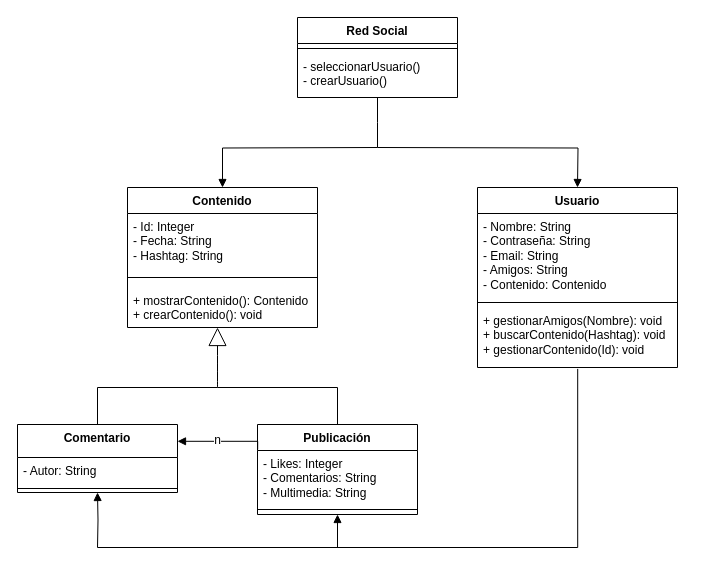
Kore29/Program-Whale keeps this draw.io diagram as diag/dc.drawio. Above is the earlier version. Source tidied: cells renumbered, new cells numbered last; positions are measured from the earlier drawing's top-left corner, leaving out a move shared by most shapes. Both pictures are drawn from the tidied source at 100%, with x=0, y=0 at pixel (17, 17).
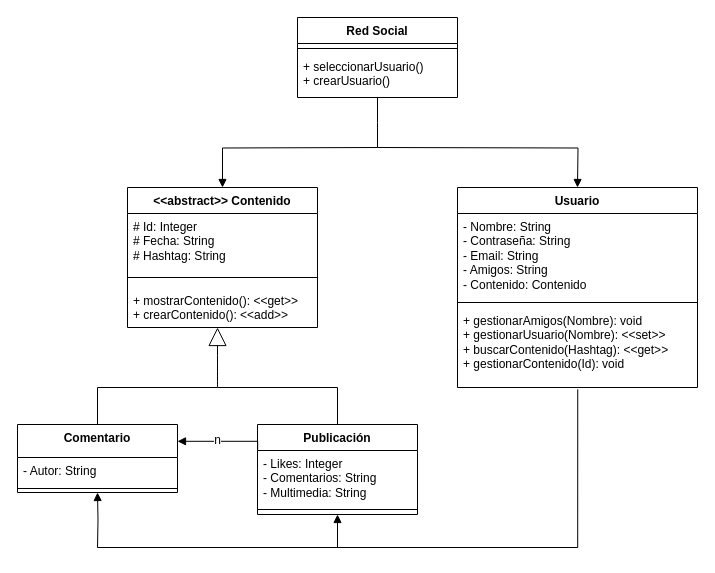
Above is the later version.

The change refers to these unchanged cells:
```xml
<mxCell id="6" value="Red Social" style="swimlane;fontStyle=1;align=center;verticalAlign=top;horizontal=1;startSize=26;whiteSpace=wrap;html=1;fillColor=none;" parent="1" vertex="1">
  <mxGeometry x="280" width="160" height="80" as="geometry" />
</mxCell>
```

Change to the diagram source:
```diff
@@
-    <mxCell id="2" value="&lt;div&gt;Contenido&lt;/div&gt;&lt;div&gt;&lt;br&gt;&lt;/div&gt;" style="swimlane;fontStyle=1;align=center;verticalAlign=top;horizontal=1;startSize=26;whiteSpace=wrap;html=1;" parent="1" vertex="1">
+    <mxCell id="2" value="&lt;div&gt;&amp;lt;&amp;lt;abstract&amp;gt;&amp;gt; Contenido&lt;/div&gt;&lt;div&gt;&lt;br&gt;&lt;/div&gt;" style="swimlane;fontStyle=1;align=center;verticalAlign=top;horizontal=1;startSize=26;whiteSpace=wrap;html=1;" parent="1" vertex="1">
       <mxGeometry x="110" y="170" width="190" height="140" as="geometry" />
     </mxCell>
-    <mxCell id="3" value="&lt;div&gt;- Id: Integer&lt;/div&gt;&lt;div&gt;- Fecha: String&lt;/div&gt;&lt;div&gt;- Hashtag: String&lt;/div&gt;" style="text;strokeColor=none;fillColor=none;align=left;verticalAlign=top;spacingLeft=4;spacingRight=4;overflow=hidden;whiteSpace=wrap;html=1;" parent="2" vertex="1">
+    <mxCell id="3" value="&lt;div&gt;# Id: Integer&lt;/div&gt;&lt;div&gt;# Fecha: String&lt;/div&gt;&lt;div&gt;# Hashtag: String&lt;/div&gt;" style="text;strokeColor=none;fillColor=none;align=left;verticalAlign=top;spacingLeft=4;spacingRight=4;overflow=hidden;whiteSpace=wrap;html=1;" parent="2" vertex="1">
       <mxGeometry y="26" width="190" height="54" as="geometry" />
     </mxCell>
@@
-    <mxCell id="5" value="&lt;div&gt;+ mostrarContenido(): Contenido&lt;/div&gt;&lt;div&gt;+ crearContenido(): void&lt;/div&gt;" style="text;strokeColor=none;fillColor=none;align=left;verticalAlign=top;spacingLeft=4;spacingRight=4;overflow=hidden;whiteSpace=wrap;html=1;" parent="2" vertex="1">
+    <mxCell id="5" value="&lt;div&gt;+ mostrarContenido(): &amp;lt;&amp;lt;get&amp;gt;&amp;gt;&lt;/div&gt;&lt;div&gt;+ crearContenido(): &amp;lt;&amp;lt;add&amp;gt;&amp;gt;&lt;/div&gt;" style="text;strokeColor=none;fillColor=none;align=left;verticalAlign=top;spacingLeft=4;spacingRight=4;overflow=hidden;whiteSpace=wrap;html=1;" parent="2" vertex="1">
       <mxGeometry y="100" width="190" height="40" as="geometry" />
     </mxCell>
@@
-    <mxCell id="8" value="&lt;div&gt;- seleccionarUsuario()&lt;/div&gt;&lt;div&gt;- crearUsuario()&lt;/div&gt;" style="text;strokeColor=none;fillColor=none;align=left;verticalAlign=top;spacingLeft=4;spacingRight=4;overflow=hidden;whiteSpace=wrap;html=1;" parent="6" vertex="1">
+    <mxCell id="8" value="&lt;div&gt;+ seleccionarUsuario()&lt;/div&gt;&lt;div&gt;+ crearUsuario()&lt;/div&gt;" style="text;strokeColor=none;fillColor=none;align=left;verticalAlign=top;spacingLeft=4;spacingRight=4;overflow=hidden;whiteSpace=wrap;html=1;" parent="6" vertex="1">
       <mxGeometry y="36" width="160" height="44" as="geometry" />
     </mxCell>
     <mxCell id="9" value="Usuario" style="swimlane;fontStyle=1;align=center;verticalAlign=top;horizontal=1;startSize=26;whiteSpace=wrap;html=1;" parent="1" vertex="1">
-      <mxGeometry x="460" y="170" width="200" height="180" as="geometry" />
+      <mxGeometry x="440" y="170" width="240" height="200" as="geometry" />
     </mxCell>
     <mxCell id="10" value="&lt;div&gt;- Nombre: String&lt;/div&gt;&lt;div&gt;- Contraseña: String&lt;/div&gt;&lt;div&gt;- Email: String&lt;/div&gt;&lt;div&gt;- Amigos: String&lt;/div&gt;&lt;div&gt;- Contenido: Contenido&lt;/div&gt;&lt;div&gt;&lt;br&gt;&lt;/div&gt;" style="text;strokeColor=none;fillColor=none;align=left;verticalAlign=top;spacingLeft=4;spacingRight=4;overflow=hidden;whiteSpace=wrap;html=1;" parent="9" vertex="1">
-      <mxGeometry y="26" width="200" height="84" as="geometry" />
+      <mxGeometry y="26" width="240" height="84" as="geometry" />
     </mxCell>
     <mxCell id="11" style="line;strokeWidth=1;fillColor=none;align=left;verticalAlign=middle;spacingTop=-1;spacingLeft=3;spacingRight=3;labelPosition=right;strokeColor=inherit;" parent="9" vertex="1">
-      <mxGeometry y="110" width="200" height="10" as="geometry" />
+      <mxGeometry y="110" width="240" height="10" as="geometry" />
     </mxCell>
-    <mxCell id="12" value="&lt;div&gt;+ gestionarAmigos(Nombre): void&lt;/div&gt;&lt;div&gt;+ buscarContenido(Hashtag): void&lt;/div&gt;&lt;div&gt;+ gestionarContenido(Id): void&lt;/div&gt;" style="text;strokeColor=none;fillColor=none;align=left;verticalAlign=top;spacingLeft=4;spacingRight=4;overflow=hidden;points=[[0,0.5],[1,0.5]];portConstraint=eastwest;whiteSpace=wrap;html=1;" parent="9" vertex="1">
-      <mxGeometry y="120" width="200" height="60" as="geometry" />
+    <mxCell id="12" value="&lt;div&gt;+ gestionarAmigos(Nombre): void&lt;/div&gt;&lt;div&gt;+ gestionarUsuario(Nombre): &amp;lt;&amp;lt;set&amp;gt;&amp;gt;&lt;/div&gt;&lt;div&gt;+ buscarContenido(Hashtag): &amp;lt;&amp;lt;get&amp;gt;&amp;gt;&lt;/div&gt;&lt;div&gt;+ gestionarContenido(Id): void&lt;/div&gt;" style="text;strokeColor=none;fillColor=none;align=left;verticalAlign=top;spacingLeft=4;spacingRight=4;overflow=hidden;points=[[0,0.5],[1,0.5]];portConstraint=eastwest;whiteSpace=wrap;html=1;" parent="9" vertex="1">
+      <mxGeometry y="120" width="240" height="80" as="geometry" />
     </mxCell>
```
